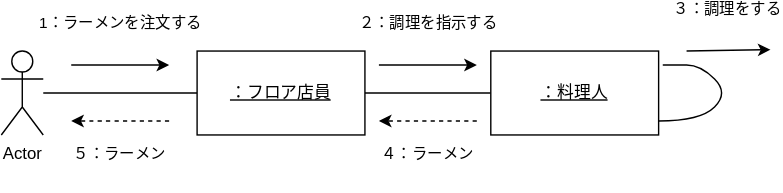
The draw.io diagram 例題5-1_ラーメン注文配膳.drawio.svg in github-use-a/uml-introduction, before a commit. Source tidied: cells renumbered, new cells last; positions are measured from the earlier drawing's top-left corner, leaving out a move shared by most shapes.
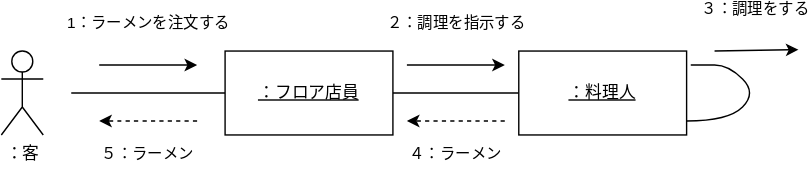
Later version of the same file.

Diff of the diagram source:
```diff
@@ -2,12 +2,11 @@
   <root>
     <mxCell id="0" />
     <mxCell id="1" parent="0" />
-    <mxCell id="2" style="edgeStyle=none;html=1;endArrow=none;endFill=0;" parent="1" edge="1" source="3" target="5">
-      <mxGeometry relative="1" as="geometry" />
+    <mxCell id="2" style="edgeStyle=none;html=1;endArrow=none;endFill=0;" parent="1" edge="1" target="5">
+      <mxGeometry relative="1" as="geometry">
+        <mxPoint x="30" y="31" as="sourcePoint" />
+      </mxGeometry>
     </mxCell>
-    <mxCell id="3" value="Actor" style="shape=umlActor;verticalLabelPosition=bottom;verticalAlign=top;html=1;outlineConnect=0;" parent="1" vertex="1">
-      <mxGeometry y="1" width="30" height="60" as="geometry" />
-    </mxCell>
     <mxCell id="4" style="edgeStyle=none;html=1;endArrow=none;endFill=0;" parent="1" edge="1" source="5" target="6">
       <mxGeometry relative="1" as="geometry" />
     </mxCell>
@@ -69,5 +68,8 @@
     <mxCell id="14" value="&lt;span style=&quot;color: rgb(0, 0, 0); font-family: Helvetica; font-size: 11px; font-style: normal; font-variant-ligatures: normal; font-variant-caps: normal; font-weight: 400; letter-spacing: normal; orphans: 2; text-align: center; text-indent: 0px; text-transform: none; widows: 2; word-spacing: 0px; -webkit-text-stroke-width: 0px; background-color: rgb(255, 255, 255); text-decoration-thickness: initial; text-decoration-style: initial; text-decoration-color: initial; float: none; display: inline !important;&quot;&gt;４：ラーメン&lt;br&gt;&lt;br&gt;&lt;/span&gt;" style="text;whiteSpace=wrap;html=1;" parent="1" vertex="1">
       <mxGeometry x="270" y="61" width="150" height="40" as="geometry" />
     </mxCell>
+    <mxCell id="15" value="：客" style="shape=umlActor;verticalLabelPosition=bottom;verticalAlign=top;html=1;" parent="1" vertex="1">
+      <mxGeometry x="-20" y="1" width="30" height="60" as="geometry" />
+    </mxCell>
   </root>
 </mxGraphModel>
```
